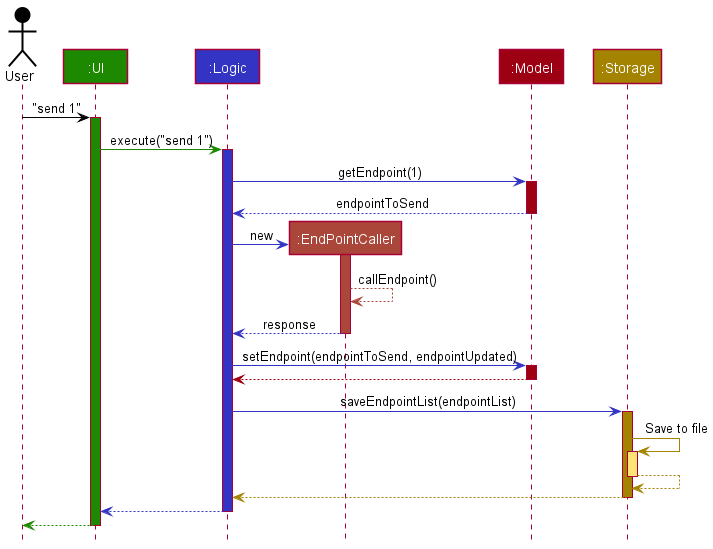
Earlier version of the PlantUML export docs/images/ArchitectureSequenceDiagram.png (nus-cs2103-AY2021S2/tp).
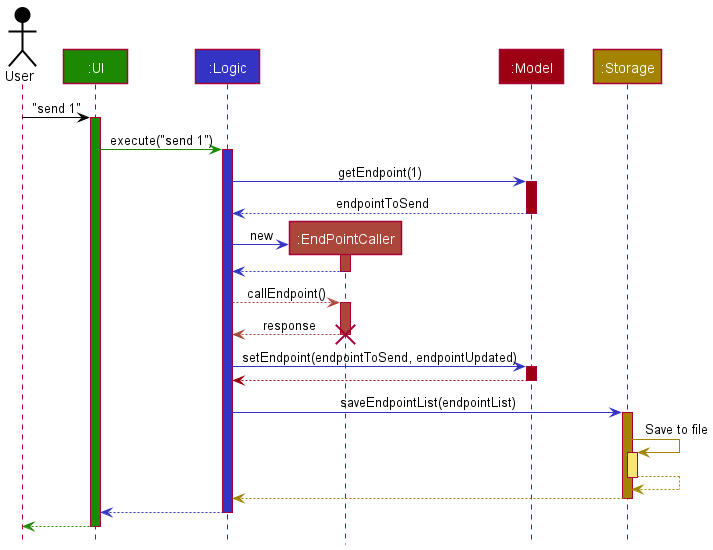
The same file after the commit.

Commit message:
Minor fix on two sequence diagrams

The edit, as a diff of the source:
```diff
@@ -22,9 +22,13 @@
 logic -[LOGIC_COLOR]> endpointCaller : new
 activate endpointCaller ENDPOINTCALLER_COLOR
 
-endpointCaller -[ENDPOINTCALLER_COLOR]--> endpointCaller : callEndpoint()
+return
+
+logic -[ENDPOINTCALLER_COLOR]--> endpointCaller : callEndpoint()
+activate endpointCaller ENDPOINTCALLER_COLOR
 return response
 deactivate endpointCaller ENDPOINTCALLER_COLOR
+destroy endpointCaller
 
 logic -[LOGIC_COLOR]> model : setEndpoint(endpointToSend, endpointUpdated)
 activate model MODEL_COLOR
```
